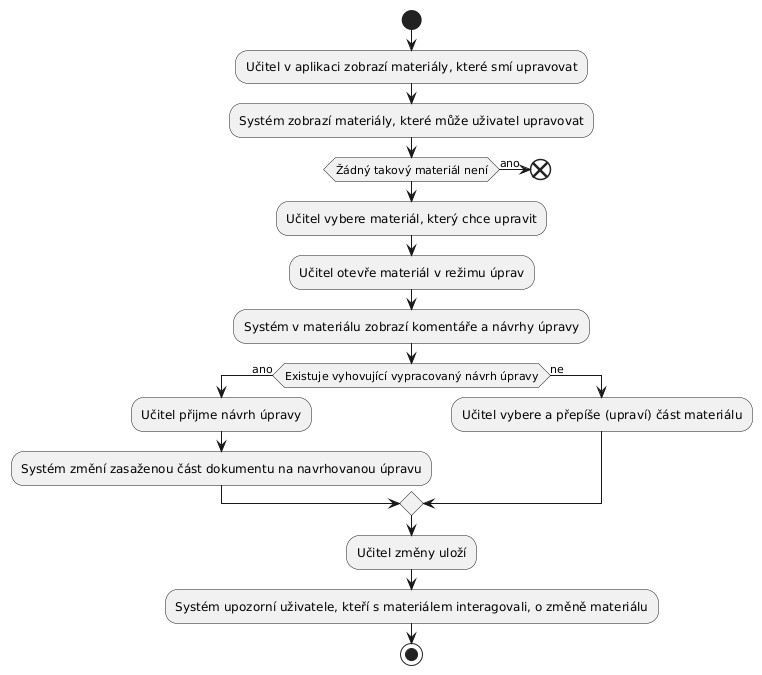
Earlier version of the PlantUML export activity_diagrams/AD-007.png (SmartGourd/NSWI041). Source of this version:
```plantuml
@startuml
start
:Učitel v aplikaci zobrazí materiály, které smí upravovat;
:Systém zobrazí materiály, které může uživatel upravovat;
if (Žádný takový materiál není) then (ano)
end
endif
:Učitel vybere materiál, který chce upravit;
:Učitel otevře materiál v režimu úprav;
:Systém v materiálu zobrazí komentáře a návrhy úpravy;
if (Existuje vyhovující vypracovaný návrh úpravy) then (ano)
:Učitel přijme návrh úpravy;
:Systém změní zasaženou část dokumentu na navrhovanou úpravu;
else (ne)
:Učitel vybere a přepíše (upraví) část materiálu;
endif
:Učitel změny uloží;
:Systém upozorní uživatele, kteří s materiálem interagovali, o změně materiálu;
stop
@enduml
```
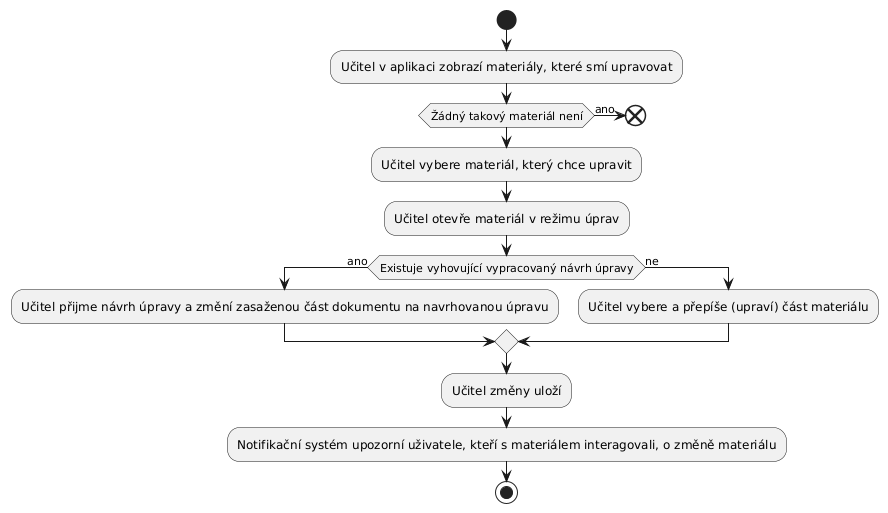
After the commit.

Diff of the diagram source:
```diff
@@ -1,20 +1,17 @@
 @startuml
 start
 :Učitel v aplikaci zobrazí materiály, které smí upravovat;
-:Systém zobrazí materiály, které může uživatel upravovat;
 if (Žádný takový materiál není) then (ano)
 end
 endif
 :Učitel vybere materiál, který chce upravit;
 :Učitel otevře materiál v režimu úprav;
-:Systém v materiálu zobrazí komentáře a návrhy úpravy;
 if (Existuje vyhovující vypracovaný návrh úpravy) then (ano)
-:Učitel přijme návrh úpravy;
-:Systém změní zasaženou část dokumentu na navrhovanou úpravu;
+:Učitel přijme návrh úpravy a změní zasaženou část dokumentu na navrhovanou úpravu;
 else (ne)
 :Učitel vybere a přepíše (upraví) část materiálu;
 endif
 :Učitel změny uloží;
-:Systém upozorní uživatele, kteří s materiálem interagovali, o změně materiálu;
+:Notifikační systém upozorní uživatele, kteří s materiálem interagovali, o změně materiálu;
 stop
 @enduml
```
